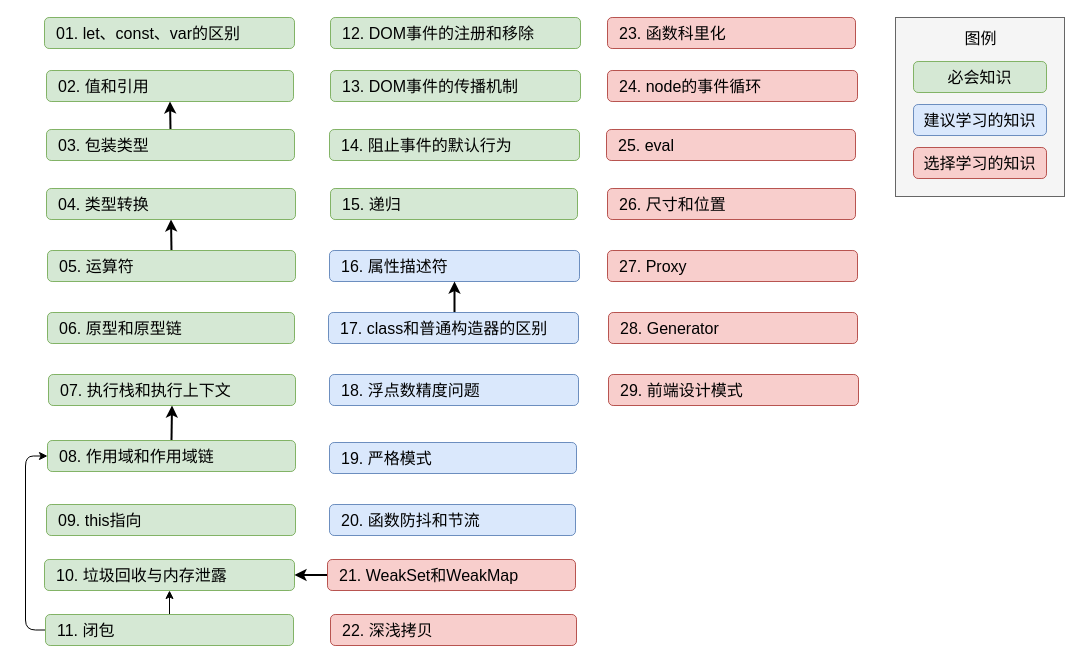
Earlier version of the draw.io diagram 知识图谱.dio (915030415/frontend-interview-javascript). Source tidied: cells renumbered, new cells numbered last; positions are measured from the earlier drawing's top-left corner, leaving out a move shared by most shapes. Both pictures are drawn from the tidied source at 100%, with x=0, y=0 at pixel (25, 17).
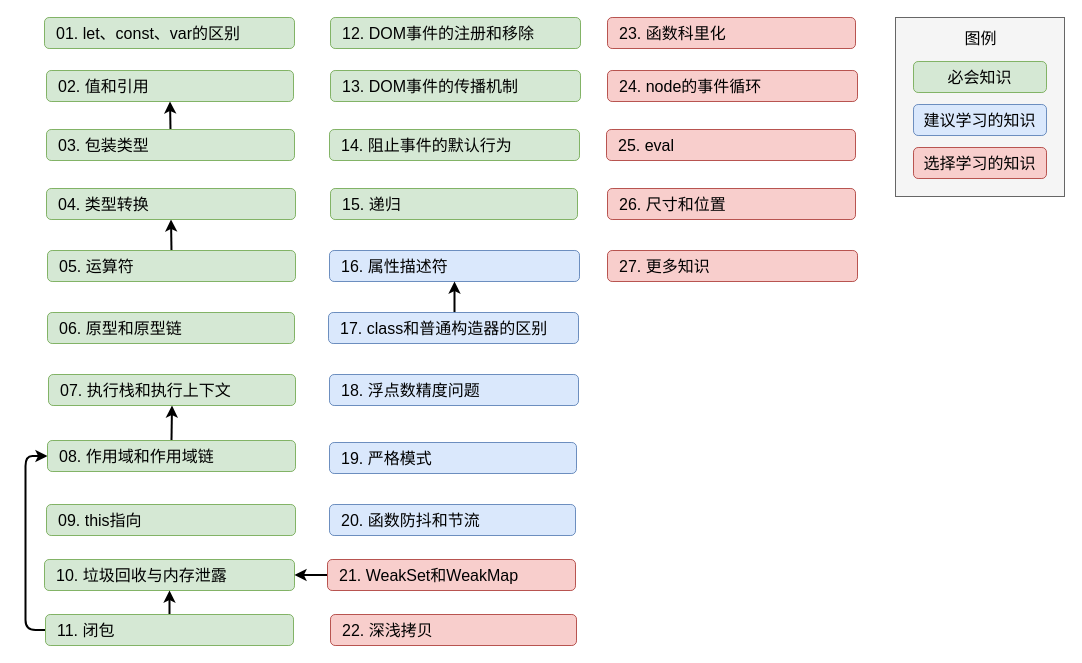
The same page after the edit.

Commit message (it also covers changes not shown here):
更新知识图谱

The change refers to these unchanged cells:
```xml
<mxCell id="3" value="&lt;font color=&quot;#000000&quot;&gt;10. 垃圾回收与内存泄露&lt;/font&gt;" style="rounded=1;whiteSpace=wrap;html=1;fillColor=#d5e8d4;strokeColor=#82b366;fontSize=16;fontFamily=Roboto Mono;align=left;spacingLeft=10;" parent="1" vertex="1">
  <mxGeometry x="19" y="542" width="250" height="31" as="geometry" />
</mxCell>
<mxCell id="6" value="&lt;font color=&quot;#000000&quot;&gt;11. 闭包&lt;/font&gt;" style="rounded=1;whiteSpace=wrap;html=1;fillColor=#d5e8d4;strokeColor=#82b366;fontSize=16;fontFamily=Roboto Mono;align=left;spacingLeft=10;" parent="1" vertex="1">
  <mxGeometry x="20" y="597" width="248" height="31" as="geometry" />
</mxCell>
<mxCell id="11" value="&lt;font color=&quot;#000000&quot;&gt;08. 作用域和作用域链&lt;/font&gt;" style="rounded=1;whiteSpace=wrap;html=1;fillColor=#d5e8d4;strokeColor=#82b366;fontSize=16;fontFamily=Roboto Mono;align=left;spacingLeft=10;" parent="1" vertex="1">
  <mxGeometry x="22" y="423" width="248" height="31" as="geometry" />
</mxCell>
<mxCell id="27" value="&lt;font color=&quot;#000000&quot;&gt;21. WeakSet和WeakMap&lt;/font&gt;" style="rounded=1;whiteSpace=wrap;html=1;fillColor=#f8cecc;strokeColor=#b85450;fontSize=16;fontFamily=Roboto Mono;align=left;spacingLeft=10;" parent="1" vertex="1">
  <mxGeometry x="302" y="542" width="248" height="31" as="geometry" />
</mxCell>
```

What changed in the source:
```diff
@@
-    <mxCell id="4" style="edgeStyle=none;html=1;" parent="1" edge="1" source="6" target="3">
+    <mxCell id="4" style="edgeStyle=none;html=1;strokeColor=#000000;strokeWidth=2;" parent="1" edge="1" source="6" target="3">
       <mxGeometry relative="1" as="geometry" />
     </mxCell>
-    <mxCell id="5" style="edgeStyle=orthogonalEdgeStyle;html=1;entryX=0;entryY=0.5;entryDx=0;entryDy=0;" parent="1" edge="1" source="6" target="11">
+    <mxCell id="5" style="edgeStyle=orthogonalEdgeStyle;html=1;entryX=0;entryY=0.5;entryDx=0;entryDy=0;strokeColor=#000000;strokeWidth=2;" parent="1" edge="1" source="6" target="11">
       <mxGeometry relative="1" as="geometry">
         <Array as="points">
           <mxPoint y="613" />
           <mxPoint y="439" />
         </Array>
       </mxGeometry>
     </mxCell>
@@
-    <mxCell id="26" style="edgeStyle=none;html=1;exitX=0;exitY=0.5;exitDx=0;exitDy=0;entryX=1;entryY=0.5;entryDx=0;entryDy=0;strokeWidth=2;" parent="1" edge="1" source="27" target="3">
+    <mxCell id="26" style="edgeStyle=none;html=1;exitX=0;exitY=0.5;exitDx=0;exitDy=0;entryX=1;entryY=0.5;entryDx=0;entryDy=0;strokeWidth=2;strokeColor=#000000;" parent="1" edge="1" source="27" target="3">
       <mxGeometry relative="1" as="geometry" />
     </mxCell>
@@
-    <mxCell id="29" value="&lt;font color=&quot;#000000&quot;&gt;28. Generator&lt;/font&gt;" style="rounded=1;whiteSpace=wrap;html=1;fillColor=#f8cecc;strokeColor=#b85450;fontSize=16;fontFamily=Roboto Mono;align=left;spacingLeft=10;" parent="1" vertex="1">
-      <mxGeometry x="583" y="295" width="249" height="31" as="geometry" />
-    </mxCell>
-    <mxCell id="30" value="&lt;font color=&quot;#000000&quot;&gt;27. Proxy&lt;/font&gt;" style="rounded=1;whiteSpace=wrap;html=1;fillColor=#f8cecc;strokeColor=#b85450;fontSize=16;fontFamily=Roboto Mono;align=left;spacingLeft=10;" parent="1" vertex="1">
+    <mxCell id="30" value="&lt;font color=&quot;#000000&quot;&gt;27. 更多知识&lt;/font&gt;" style="rounded=1;whiteSpace=wrap;html=1;fillColor=#f8cecc;strokeColor=#b85450;fontSize=16;fontFamily=Roboto Mono;align=left;spacingLeft=10;" parent="1" vertex="1">
       <mxGeometry x="582" y="233" width="250" height="31" as="geometry" />
     </mxCell>
-    <mxCell id="31" value="&lt;font color=&quot;#000000&quot;&gt;29. 前端设计模式&lt;/font&gt;" style="rounded=1;whiteSpace=wrap;html=1;fillColor=#f8cecc;strokeColor=#b85450;fontSize=16;fontFamily=Roboto Mono;align=left;spacingLeft=10;" parent="1" vertex="1">
-      <mxGeometry x="583" y="357" width="250" height="31" as="geometry" />
-    </mxCell>
```
